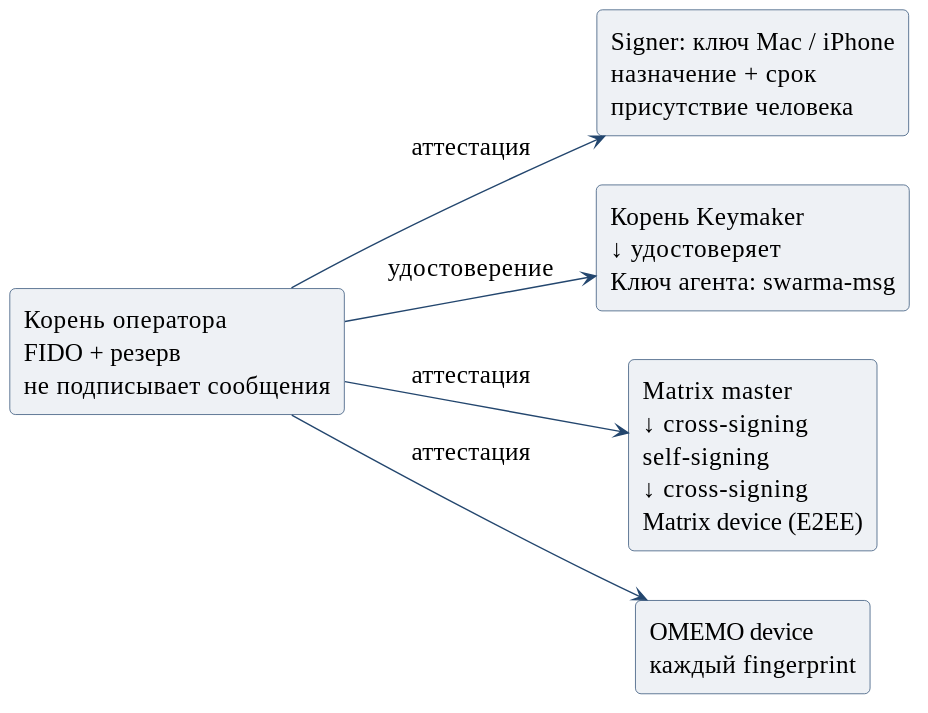
Earlier version of the PlantUML export editorial/notes/signing-auth/diagrams/trust-chain.svg (relux-works/swarma-docs). Its source is kept beside it as editorial/notes/signing-auth/src/trust-chain.puml.
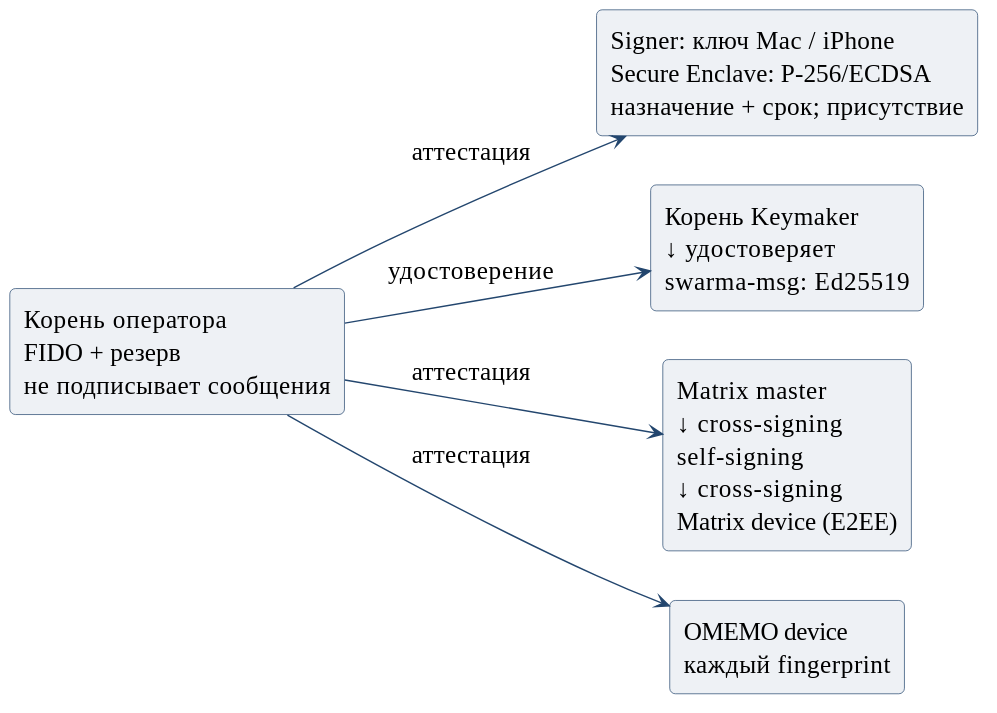
After the change.

Change to the diagram source:
```diff
@@ -8,8 +8,8 @@
 skinparam rectangleBackgroundColor #eef1f5
 skinparam rectangleBorderColor #23466e
 rectangle "Корень оператора\nFIDO + резерв\nне подписывает сообщения" as root
-rectangle "Signer: ключ Mac / iPhone\nназначение + срок\nприсутствие человека" as signer
-rectangle "Корень Keymaker\n↓ удостоверяет\nКлюч агента: swarma-msg" as km
+rectangle "Signer: ключ Mac / iPhone\nSecure Enclave: P-256/ECDSA\nназначение + срок; присутствие" as signer
+rectangle "Корень Keymaker\n↓ удостоверяет\nswarma-msg: Ed25519" as km
 rectangle "Matrix master\n↓ cross-signing\nself-signing\n↓ cross-signing\nMatrix device (E2EE)" as master
 rectangle "OMEMO device\nкаждый fingerprint" as xmpp
 root --> signer : аттестация
```
